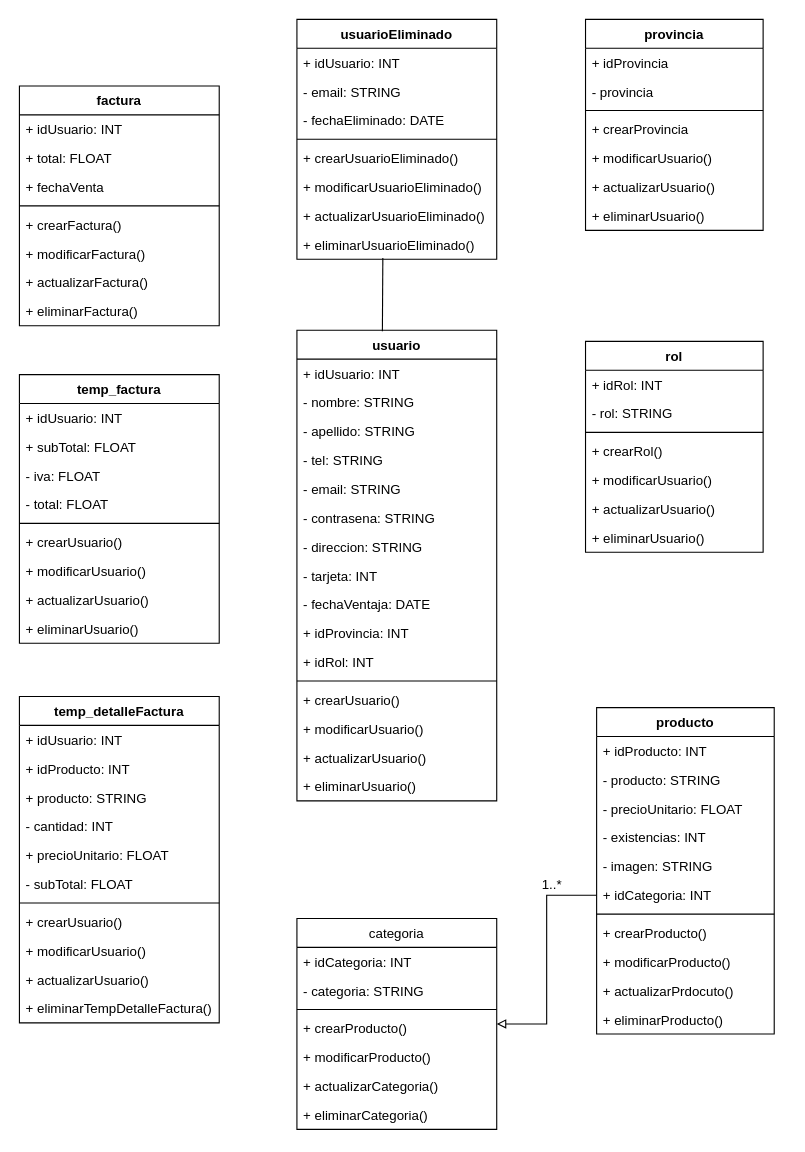
This is drawIo/Dule_Oracle_Class_Diagram.drawio from TanaStorm/Dule_Oracle, a draw.io file, before an edit. Source tidied: cells renumbered, new cells numbered last; positions are measured from the earlier drawing's top-left corner, leaving out a move shared by most shapes. Both pictures are drawn from the tidied source at 111%, with x=0, y=0 at pixel (19, 19).
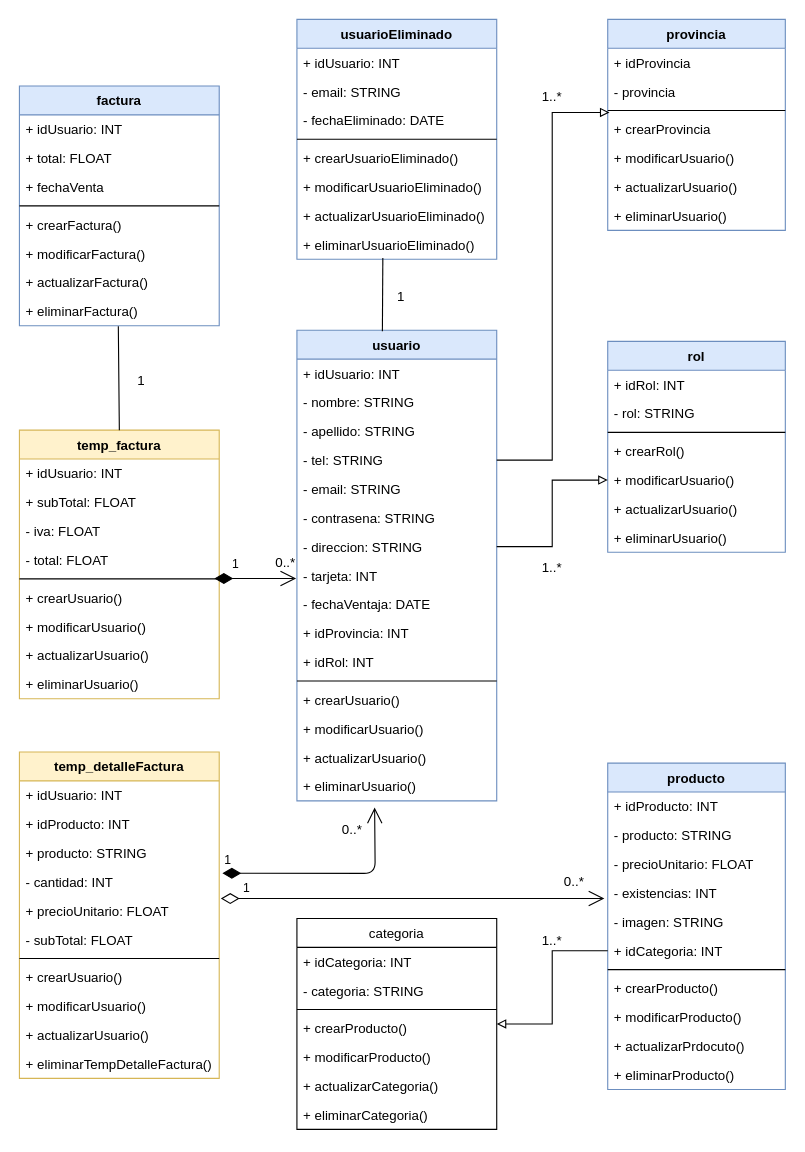
Above is the later version.

The change refers to these unchanged cells:
```xml
<mxCell id="15" value="- tel: STRING" style="text;strokeColor=none;fillColor=none;align=left;verticalAlign=top;spacingLeft=4;spacingRight=4;overflow=hidden;points=[[0,0.5],[1,0.5]];portConstraint=eastwest;" parent="11" vertex="1">
  <mxGeometry y="104" width="180" height="26" as="geometry" />
</mxCell>
<mxCell id="18" value="- direccion: STRING " style="text;strokeColor=none;fillColor=none;align=left;verticalAlign=top;spacingLeft=4;spacingRight=4;overflow=hidden;points=[[0,0.5],[1,0.5]];portConstraint=eastwest;" parent="11" vertex="1">
  <mxGeometry y="182" width="180" height="26" as="geometry" />
</mxCell>
<mxCell id="19" value="- tarjeta: INT " style="text;strokeColor=none;fillColor=none;align=left;verticalAlign=top;spacingLeft=4;spacingRight=4;overflow=hidden;points=[[0,0.5],[1,0.5]];portConstraint=eastwest;" parent="11" vertex="1">
  <mxGeometry y="208" width="180" height="26" as="geometry" />
</mxCell>
<mxCell id="32" value="- existencias: INT" style="text;strokeColor=none;fillColor=none;align=left;verticalAlign=top;spacingLeft=4;spacingRight=4;overflow=hidden;points=[[0,0.5],[1,0.5]];portConstraint=eastwest;" parent="28" vertex="1">
  <mxGeometry y="104" width="160" height="26" as="geometry" />
</mxCell>
<mxCell id="48" value="+ eliminarFactura()" style="text;strokeColor=none;fillColor=none;align=left;verticalAlign=top;spacingLeft=4;spacingRight=4;overflow=hidden;points=[[0,0.5],[1,0.5]];portConstraint=eastwest;" parent="40" vertex="1">
  <mxGeometry y="190" width="180" height="26" as="geometry" />
</mxCell>
<mxCell id="53" value="- cantidad: INT" style="text;strokeColor=none;fillColor=none;align=left;verticalAlign=top;spacingLeft=4;spacingRight=4;overflow=hidden;points=[[0,0.5],[1,0.5]];portConstraint=eastwest;" parent="49" vertex="1">
  <mxGeometry y="104" width="180" height="26" as="geometry" />
</mxCell>
<mxCell id="54" value="+ precioUnitario: FLOAT" style="text;strokeColor=none;fillColor=none;align=left;verticalAlign=top;spacingLeft=4;spacingRight=4;overflow=hidden;points=[[0,0.5],[1,0.5]];portConstraint=eastwest;" parent="49" vertex="1">
  <mxGeometry y="130" width="180" height="26" as="geometry" />
</mxCell>
<mxCell id="64" style="line;strokeWidth=1;fillColor=none;align=left;verticalAlign=middle;spacingTop=-1;spacingLeft=3;spacingRight=3;labelPosition=right;points=[];portConstraint=eastwest;" parent="61" vertex="1">
  <mxGeometry y="78" width="160" height="8" as="geometry" />
</mxCell>
<mxCell id="74" value="+ modificarUsuario()" style="text;strokeColor=none;fillColor=none;align=left;verticalAlign=top;spacingLeft=4;spacingRight=4;overflow=hidden;points=[[0,0.5],[1,0.5]];portConstraint=eastwest;" parent="69" vertex="1">
  <mxGeometry y="112" width="160" height="26" as="geometry" />
</mxCell>
<mxCell id="83" style="line;strokeWidth=1;fillColor=none;align=left;verticalAlign=middle;spacingTop=-1;spacingLeft=3;spacingRight=3;labelPosition=right;points=[];portConstraint=eastwest;" parent="78" vertex="1">
  <mxGeometry y="130" width="180" height="8" as="geometry" />
</mxCell>
```

Change to the diagram source:
```diff
@@
-    <mxCell id="2" value="usuarioEliminado" style="swimlane;fontStyle=1;align=center;verticalAlign=top;horizontal=1;startSize=26;" parent="1" vertex="1">
+    <mxCell id="2" value="usuarioEliminado" style="swimlane;fontStyle=1;align=center;verticalAlign=top;horizontal=1;startSize=26;fillColor=#dae8fc;strokeColor=#6c8ebf;" parent="1" vertex="1">
       <mxGeometry x="250" width="180" height="216" as="geometry" />
     </mxCell>
@@
-    <mxCell id="11" value="usuario" style="swimlane;fontStyle=1;align=center;verticalAlign=top;horizontal=1;startSize=26;" parent="1" vertex="1">
+    <mxCell id="11" value="usuario" style="swimlane;fontStyle=1;align=center;verticalAlign=top;horizontal=1;startSize=26;fillColor=#dae8fc;strokeColor=#6c8ebf;" parent="1" vertex="1">
       <mxGeometry x="250" y="280" width="180" height="424" as="geometry" />
     </mxCell>
@@
-    <mxCell id="28" value="producto" style="swimlane;fontStyle=1;align=center;verticalAlign=top;horizontal=1;startSize=26;" parent="1" vertex="1">
-      <mxGeometry x="520" y="620" width="160" height="294" as="geometry" />
+    <mxCell id="28" value="producto" style="swimlane;fontStyle=1;align=center;verticalAlign=top;horizontal=1;startSize=26;fillColor=#dae8fc;strokeColor=#6c8ebf;" parent="1" vertex="1">
+      <mxGeometry x="530" y="670" width="160" height="294" as="geometry" />
     </mxCell>
@@
-    <mxCell id="40" value="factura" style="swimlane;fontStyle=1;align=center;verticalAlign=top;horizontal=1;startSize=26;" parent="1" vertex="1">
+    <mxCell id="40" value="factura" style="swimlane;fontStyle=1;align=center;verticalAlign=top;horizontal=1;startSize=26;fillColor=#dae8fc;strokeColor=#6c8ebf;" parent="1" vertex="1">
       <mxGeometry y="60" width="180" height="216" as="geometry" />
     </mxCell>
@@
-    <mxCell id="49" value="temp_detalleFactura" style="swimlane;fontStyle=1;align=center;verticalAlign=top;horizontal=1;startSize=26;" parent="1" vertex="1">
-      <mxGeometry y="610" width="180" height="294" as="geometry" />
+    <mxCell id="49" value="temp_detalleFactura" style="swimlane;fontStyle=1;align=center;verticalAlign=top;horizontal=1;startSize=26;fillColor=#fff2cc;strokeColor=#d6b656;" parent="1" vertex="1">
+      <mxGeometry y="660" width="180" height="294" as="geometry" />
     </mxCell>
@@
-    <mxCell id="61" value="provincia" style="swimlane;fontStyle=1;align=center;verticalAlign=top;horizontal=1;startSize=26;" parent="1" vertex="1">
-      <mxGeometry x="510" width="160" height="190" as="geometry" />
+    <mxCell id="61" value="provincia" style="swimlane;fontStyle=1;align=center;verticalAlign=top;horizontal=1;startSize=26;fillColor=#dae8fc;strokeColor=#6c8ebf;" parent="1" vertex="1">
+      <mxGeometry x="530" width="160" height="190" as="geometry" />
     </mxCell>
@@
-    <mxCell id="69" value="rol" style="swimlane;fontStyle=1;align=center;verticalAlign=top;horizontal=1;startSize=26;" parent="1" vertex="1">
-      <mxGeometry x="510" y="290" width="160" height="190" as="geometry" />
+    <mxCell id="69" value="rol" style="swimlane;fontStyle=1;align=center;verticalAlign=top;horizontal=1;startSize=26;fillColor=#dae8fc;strokeColor=#6c8ebf;" parent="1" vertex="1">
+      <mxGeometry x="530" y="290" width="160" height="190" as="geometry" />
     </mxCell>
@@
-    <mxCell id="78" value="temp_factura" style="swimlane;fontStyle=1;align=center;verticalAlign=top;horizontal=1;startSize=26;" parent="1" vertex="1">
-      <mxGeometry y="320" width="180" height="242" as="geometry" />
+    <mxCell id="78" value="temp_factura" style="swimlane;fontStyle=1;align=center;verticalAlign=top;horizontal=1;startSize=26;fillColor=#fff2cc;strokeColor=#d6b656;" parent="1" vertex="1">
+      <mxGeometry y="370" width="180" height="242" as="geometry" />
     </mxCell>
@@
     <mxCell id="97" value="1..*" style="text;html=1;strokeColor=none;fillColor=none;align=center;verticalAlign=middle;whiteSpace=wrap;rounded=0;" parent="1" vertex="1">
-      <mxGeometry x="460" y="770" width="40" height="20" as="geometry" />
+      <mxGeometry x="460" y="820" width="40" height="20" as="geometry" />
     </mxCell>
+    <mxCell id="98" style="edgeStyle=orthogonalEdgeStyle;rounded=0;jettySize=auto;html=1;entryX=0;entryY=0.5;entryDx=0;entryDy=0;endArrow=block;endFill=0;" parent="1" edge="1" source="18" target="74">
+      <mxGeometry relative="1" as="geometry" />
+    </mxCell>
+    <mxCell id="99" style="edgeStyle=orthogonalEdgeStyle;rounded=0;jettySize=auto;html=1;entryX=0.01;entryY=0.729;entryDx=0;entryDy=0;entryPerimeter=0;endArrow=block;endFill=0;" parent="1" edge="1" source="15" target="64">
+      <mxGeometry relative="1" as="geometry" />
+    </mxCell>
+    <mxCell id="100" value="1..*" style="text;html=1;strokeColor=none;fillColor=none;align=center;verticalAlign=middle;whiteSpace=wrap;rounded=0;" parent="1" vertex="1">
+      <mxGeometry x="460" y="60" width="40" height="20" as="geometry" />
+    </mxCell>
+    <mxCell id="101" value="1..*" style="text;html=1;strokeColor=none;fillColor=none;align=center;verticalAlign=middle;whiteSpace=wrap;rounded=0;" parent="1" vertex="1">
+      <mxGeometry x="460" y="484" width="40" height="20" as="geometry" />
+    </mxCell>
+    <mxCell id="102" value="1" style="text;html=1;strokeColor=none;fillColor=none;align=center;verticalAlign=middle;whiteSpace=wrap;rounded=0;" parent="1" vertex="1">
+      <mxGeometry x="324" y="240" width="40" height="20" as="geometry" />
+    </mxCell>
+    <mxCell id="103" style="endArrow=none;html=1;edgeStyle=orthogonalEdgeStyle;entryX=0.495;entryY=1.013;entryDx=0;entryDy=0;entryPerimeter=0;exitX=0.5;exitY=0;exitDx=0;exitDy=0;" parent="1" edge="1" source="78" target="48">
+      <mxGeometry relative="1" as="geometry">
+        <Array as="points">
+          <mxPoint x="89" y="368" />
+        </Array>
+      </mxGeometry>
+    </mxCell>
+    <mxCell id="104" value="1" style="text;html=1;strokeColor=none;fillColor=none;align=center;verticalAlign=middle;whiteSpace=wrap;rounded=0;" parent="1" vertex="1">
+      <mxGeometry x="90" y="316" width="40" height="20" as="geometry" />
+    </mxCell>
+    <mxCell id="105" value="1" style="endArrow=open;html=1;endSize=12;startArrow=diamondThin;startSize=14;startFill=1;edgeStyle=orthogonalEdgeStyle;align=left;verticalAlign=bottom;entryX=-0.004;entryY=0.603;entryDx=0;entryDy=0;entryPerimeter=0;exitX=0.976;exitY=0.458;exitDx=0;exitDy=0;exitPerimeter=0;" parent="1" edge="1" source="83" target="19">
+      <mxGeometry x="-0.61" y="4" relative="1" as="geometry" />
+    </mxCell>
+    <mxCell id="106" value="0..*" style="text;html=1;strokeColor=none;fillColor=none;align=center;verticalAlign=middle;whiteSpace=wrap;rounded=0;" parent="1" vertex="1">
+      <mxGeometry x="220" y="480" width="40" height="20" as="geometry" />
+    </mxCell>
+    <mxCell id="107" value="1" style="endArrow=open;html=1;endSize=12;startArrow=diamondThin;startSize=14;startFill=1;edgeStyle=orthogonalEdgeStyle;align=left;verticalAlign=bottom;exitX=1.016;exitY=0.202;exitDx=0;exitDy=0;exitPerimeter=0;" parent="1" edge="1" source="53">
+      <mxGeometry x="-1" y="3" relative="1" as="geometry">
+        <mxPoint x="320" y="710" as="targetPoint" />
+      </mxGeometry>
+    </mxCell>
+    <mxCell id="108" value="0..*" style="text;html=1;strokeColor=none;fillColor=none;align=center;verticalAlign=middle;whiteSpace=wrap;rounded=0;" parent="1" vertex="1">
+      <mxGeometry x="280" y="720" width="40" height="20" as="geometry" />
+    </mxCell>
+    <mxCell id="109" value="1" style="endArrow=open;html=1;endSize=12;startArrow=diamondThin;startSize=14;startFill=0;edgeStyle=orthogonalEdgeStyle;align=left;verticalAlign=bottom;entryX=-0.019;entryY=0.692;entryDx=0;entryDy=0;entryPerimeter=0;exitX=1.008;exitY=0.077;exitDx=0;exitDy=0;exitPerimeter=0;" parent="1" edge="1" source="54" target="32">
+      <mxGeometry x="-0.89" relative="1" as="geometry" />
+    </mxCell>
+    <mxCell id="110" value="0..*" style="text;html=1;strokeColor=none;fillColor=none;align=center;verticalAlign=middle;whiteSpace=wrap;rounded=0;" parent="1" vertex="1">
+      <mxGeometry x="480" y="767" width="40" height="20" as="geometry" />
+    </mxCell>
```
